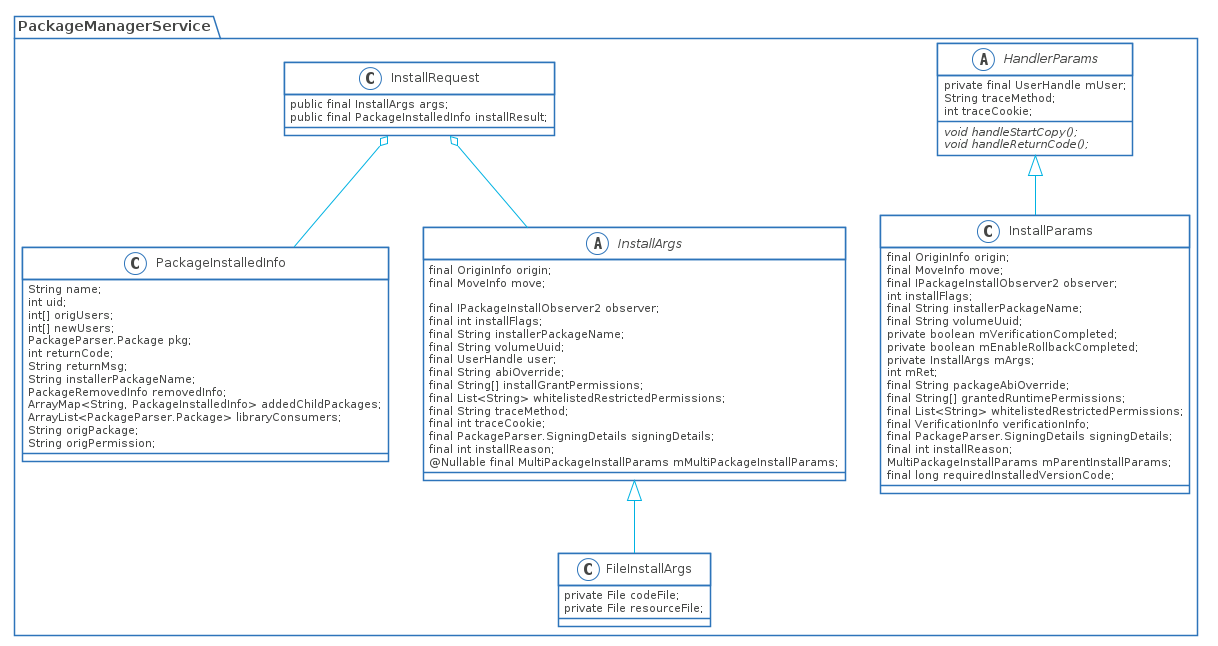
Earlier version of the PlantUML export source/_posts/android/pkms/package-install/package-install-class-1.png (PJH0x0/hexo-backup).
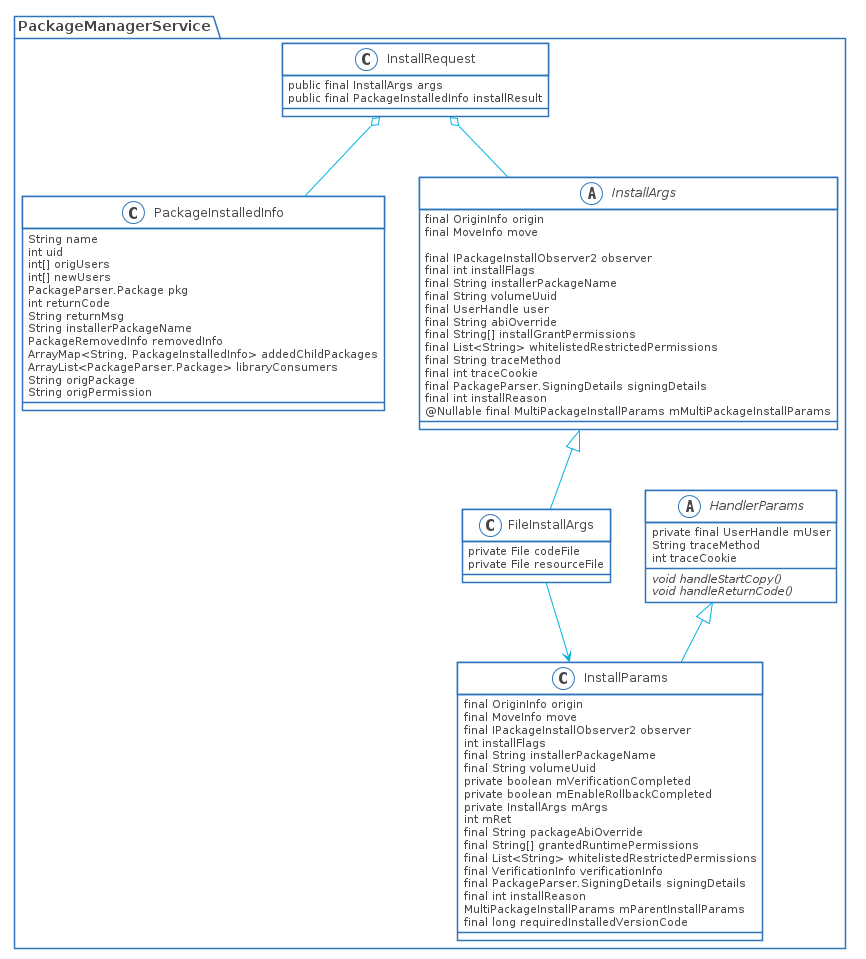
Later version of the same file.

Commit message:
<20200703><Update package install>

Change to the diagram source:
```diff
@@ -105,84 +105,85 @@
 skinparam StateStartColor #454645
 skinparam StateEndColor #454645
 abstract class PackageManagerService.HandlerParams {
-    private final UserHandle mUser;
-    String traceMethod;
-    int traceCookie;
+    private final UserHandle mUser
+    String traceMethod
+    int traceCookie
 
-    {abstract} void handleStartCopy();
-    {abstract} void handleReturnCode();
+    {abstract} void handleStartCopy()
+    {abstract} void handleReturnCode()
 }
 
 
 class PackageManagerService.InstallParams {
-    final OriginInfo origin;
-    final MoveInfo move;
-    final IPackageInstallObserver2 observer;
-    int installFlags;
-    final String installerPackageName;
-    final String volumeUuid;
-    private boolean mVerificationCompleted;
-    private boolean mEnableRollbackCompleted;
-    private InstallArgs mArgs;
-    int mRet;
-    final String packageAbiOverride;
-    final String[] grantedRuntimePermissions;
-    final List<String> whitelistedRestrictedPermissions;
-    final VerificationInfo verificationInfo;
-    final PackageParser.SigningDetails signingDetails;
-    final int installReason;
-    MultiPackageInstallParams mParentInstallParams;
-    final long requiredInstalledVersionCode;
+    final OriginInfo origin
+    final MoveInfo move
+    final IPackageInstallObserver2 observer
+    int installFlags
+    final String installerPackageName
+    final String volumeUuid
+    private boolean mVerificationCompleted
+    private boolean mEnableRollbackCompleted
+    private InstallArgs mArgs
+    int mRet
+    final String packageAbiOverride
+    final String[] grantedRuntimePermissions
+    final List<String> whitelistedRestrictedPermissions
+    final VerificationInfo verificationInfo
+    final PackageParser.SigningDetails signingDetails
+    final int installReason
+    MultiPackageInstallParams mParentInstallParams
+    final long requiredInstalledVersionCode
 
 }
 PackageManagerService.HandlerParams <|-- PackageManagerService.InstallParams
 
 class PackageManagerService.InstallRequest {
-    public final InstallArgs args;
-    public final PackageInstalledInfo installResult;
+    public final InstallArgs args
+    public final PackageInstalledInfo installResult
 }
 class PackageManagerService.PackageInstalledInfo {
-    String name;
-    int uid;
-    int[] origUsers;
-    int[] newUsers;
-    PackageParser.Package pkg;
-    int returnCode;
-    String returnMsg;
-    String installerPackageName;
-    PackageRemovedInfo removedInfo;
-    ArrayMap<String, PackageInstalledInfo> addedChildPackages;
-    ArrayList<PackageParser.Package> libraryConsumers;
-    String origPackage;
-    String origPermission;
+    String name
+    int uid
+    int[] origUsers
+    int[] newUsers
+    PackageParser.Package pkg
+    int returnCode
+    String returnMsg
+    String installerPackageName
+    PackageRemovedInfo removedInfo
+    ArrayMap<String, PackageInstalledInfo> addedChildPackages
+    ArrayList<PackageParser.Package> libraryConsumers
+    String origPackage
+    String origPermission
 }
 
 abstract class PackageManagerService.InstallArgs {
-    final OriginInfo origin;
-    final MoveInfo move;
+    final OriginInfo origin
+    final MoveInfo move
 
-    final IPackageInstallObserver2 observer;
-    final int installFlags;
-    final String installerPackageName;
-    final String volumeUuid;
-    final UserHandle user;
-    final String abiOverride;
-    final String[] installGrantPermissions;
-    final List<String> whitelistedRestrictedPermissions;
-    final String traceMethod;
-    final int traceCookie;
-    final PackageParser.SigningDetails signingDetails;
-    final int installReason;
-    @Nullable final MultiPackageInstallParams mMultiPackageInstallParams;
+    final IPackageInstallObserver2 observer
+    final int installFlags
+    final String installerPackageName
+    final String volumeUuid
+    final UserHandle user
+    final String abiOverride
+    final String[] installGrantPermissions
+    final List<String> whitelistedRestrictedPermissions
+    final String traceMethod
+    final int traceCookie
+    final PackageParser.SigningDetails signingDetails
+    final int installReason
+    @Nullable final MultiPackageInstallParams mMultiPackageInstallParams
 }
 
 class PackageManagerService.FileInstallArgs {
-    private File codeFile;
-    private File resourceFile;
+    private File codeFile
+    private File resourceFile
 }
 
 PackageManagerService.InstallArgs <|-- PackageManagerService.FileInstallArgs
 
 PackageManagerService.InstallRequest o-- PackageManagerService.PackageInstalledInfo
 PackageManagerService.InstallRequest o-- PackageManagerService.InstallArgs
+PackageManagerService.FileInstallArgs --> PackageManagerService.InstallParams
 @enduml
```
